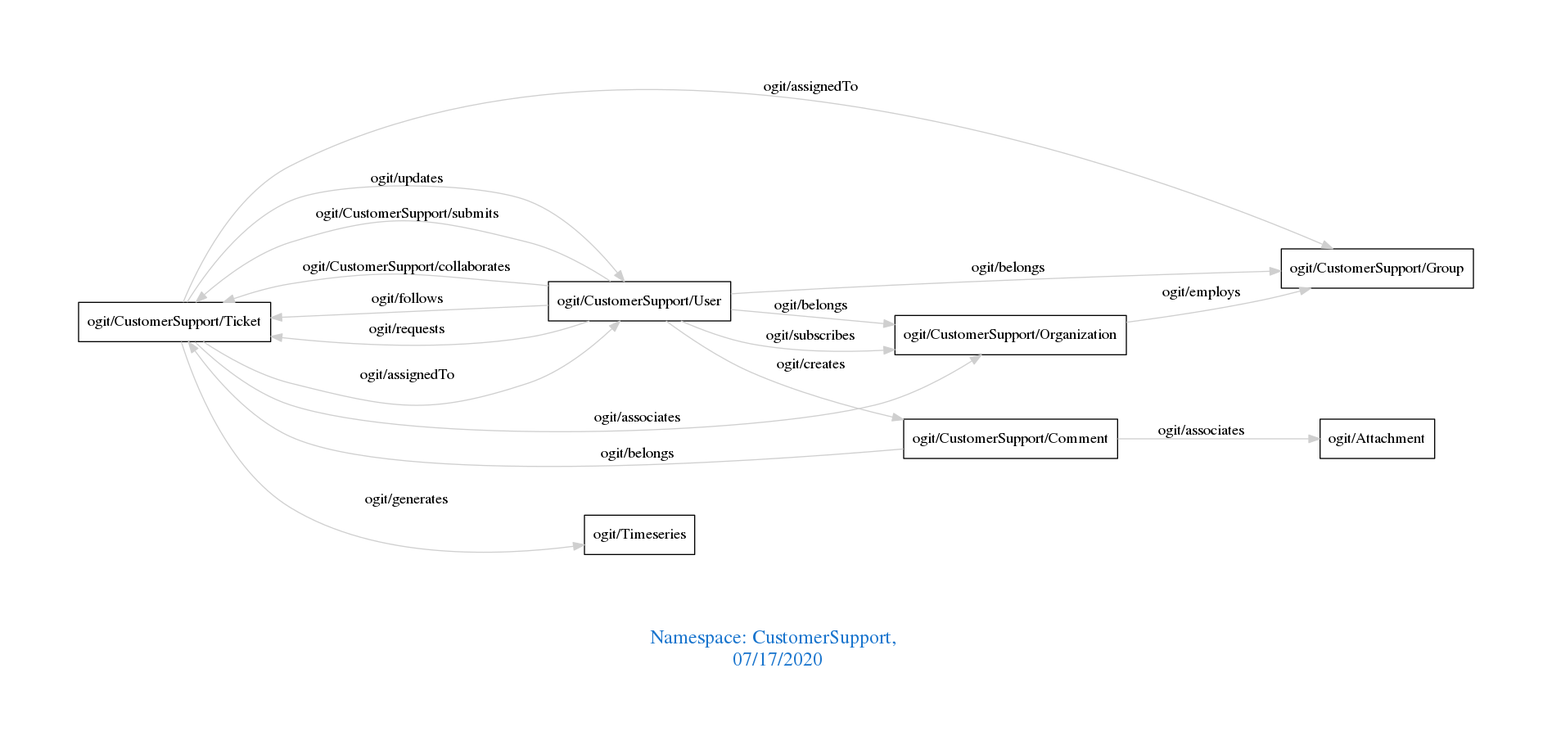
arago/OGIT keeps this Graphviz diagram as downloads/CustomerSupport.png. Above is the earlier version. Its source is kept beside it as downloads/CustomerSupport.dot.
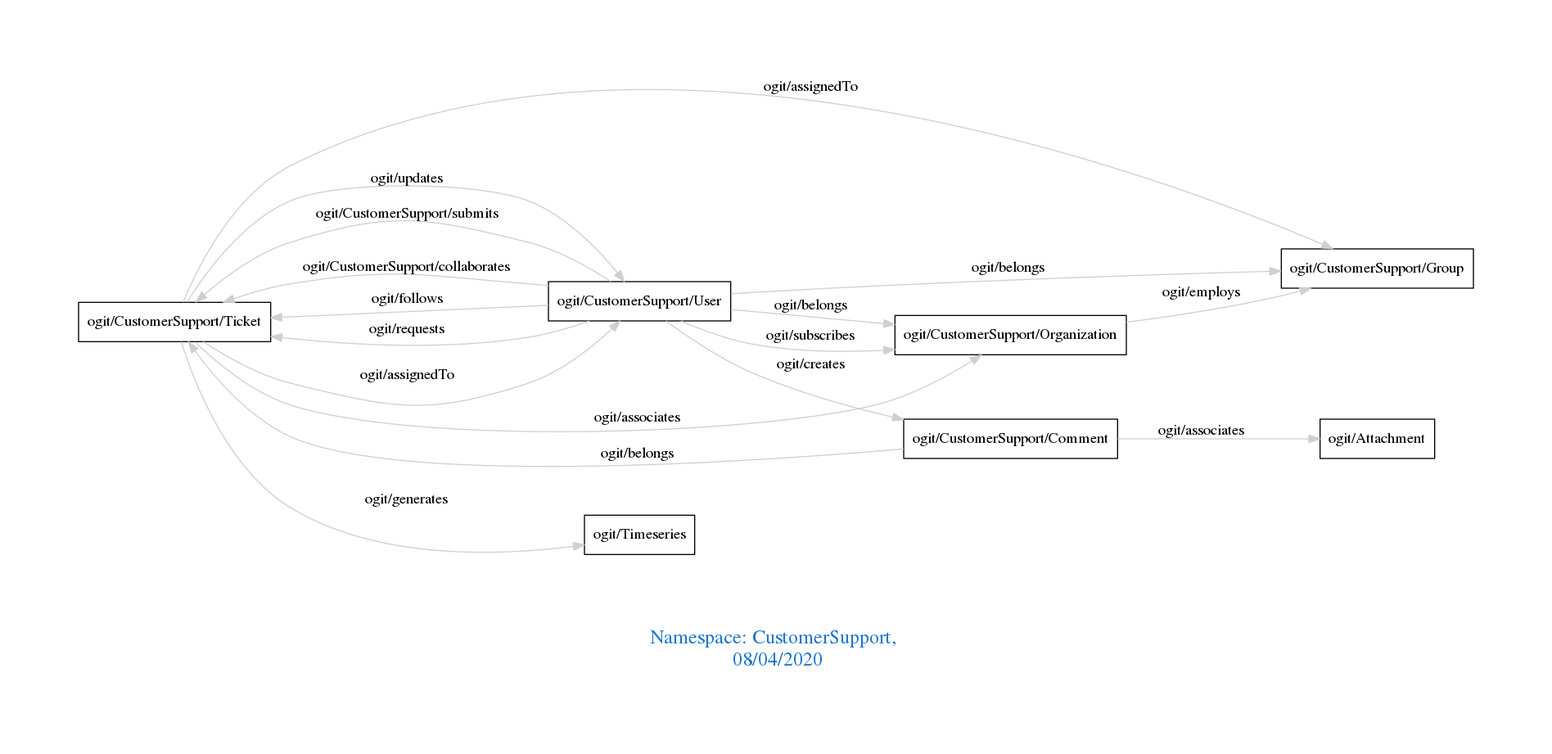
After the commit.

Change to the diagram source:
```diff
@@ -1,7 +1,7 @@
 digraph OGIT_ontology {
  graph [ rankdir= LR,pad=1
 fontsize = 18,
-fontcolor= dodgerblue3,label = "\n\n\nNamespace: CustomerSupport, \n 07/17/2020"];
+fontcolor= dodgerblue3,label = "\n\n\nNamespace: CustomerSupport, \n 08/04/2020"];
 node[shape=polygon];
 edge [  color="gray81"];
 
```
